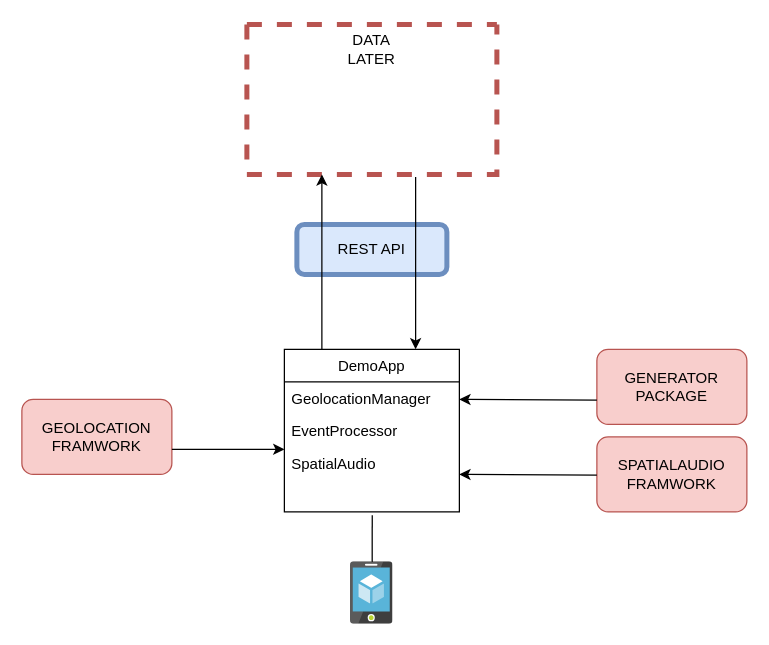
Above: geoLocationIdea.drawio in willdonlan8/test (draw.io), before the change. Source tidied: cells renumbered, new cells numbered last; positions are measured from the earlier drawing's top-left corner, leaving out a move shared by most shapes. Both pictures are drawn from the tidied source at 125%, with x=0, y=0 at pixel (21, 24).
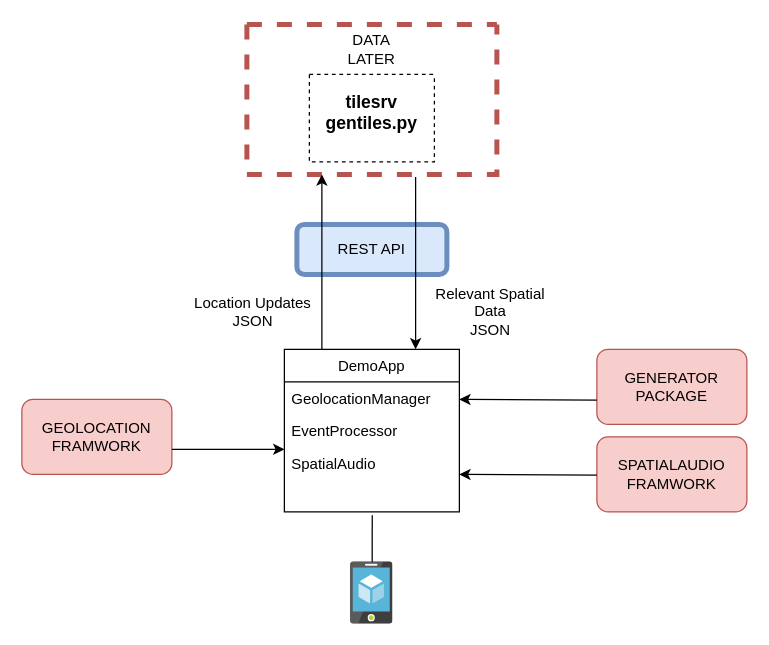
The same diagram, later.

The change refers to these unchanged cells:
```xml
<mxCell id="13" style="swimlane;startSize=0;fillColor=#f8cecc;strokeColor=#b85450;strokeWidth=4;dashed=1;" parent="1" vertex="1">
  <mxGeometry x="180" width="200" height="120" as="geometry" />
</mxCell>
```

Diff of the diagram source:
```diff
@@
+    <mxCell id="19" style="swimlane;startSize=0;dashed=1;strokeColor=#000000;fillColor=#FFFFFF;" parent="13" vertex="1">
+      <mxGeometry x="50" y="40" width="100" height="70" as="geometry" />
+    </mxCell>
+    <mxCell id="20" value="&lt;b style=&quot;font-size: 14px&quot;&gt;tilesrv&lt;br&gt;gentiles.py&lt;/b&gt;" style="text;html=1;strokeColor=none;fillColor=none;align=center;verticalAlign=middle;whiteSpace=wrap;rounded=0;" parent="19" vertex="1">
+      <mxGeometry x="15" y="7.5" width="70" height="45" as="geometry" />
+    </mxCell>
@@
+    <mxCell id="21" value="Location Updates&lt;br&gt;JSON" style="text;html=1;strokeColor=none;fillColor=none;align=center;verticalAlign=middle;whiteSpace=wrap;rounded=0;" parent="1" vertex="1">
+      <mxGeometry x="130" y="200" width="110" height="60" as="geometry" />
+    </mxCell>
+    <mxCell id="22" value="Relevant Spatial Data&lt;br&gt;JSON" style="text;html=1;strokeColor=none;fillColor=none;align=center;verticalAlign=middle;whiteSpace=wrap;rounded=0;" parent="1" vertex="1">
+      <mxGeometry x="320" y="200" width="110" height="60" as="geometry" />
+    </mxCell>
```
